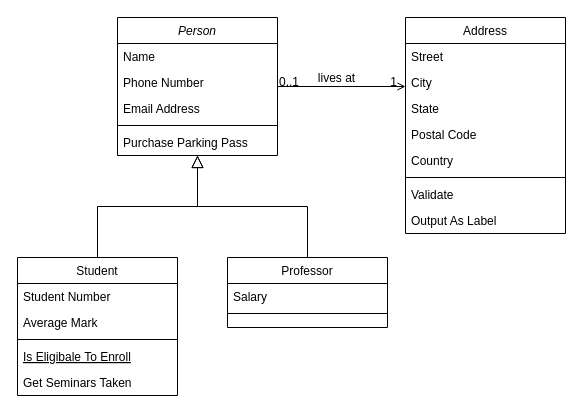
goyalayush57/bankingSystem keeps this draw.io diagram as table/Untitled Diagram.drawio. Above is the earlier version. Source tidied: cells renumbered, new cells numbered last; positions are measured from the earlier drawing's top-left corner, leaving out a move shared by most shapes. Both pictures are drawn from the tidied source at 100%, with x=0, y=0 at pixel (17, 17).
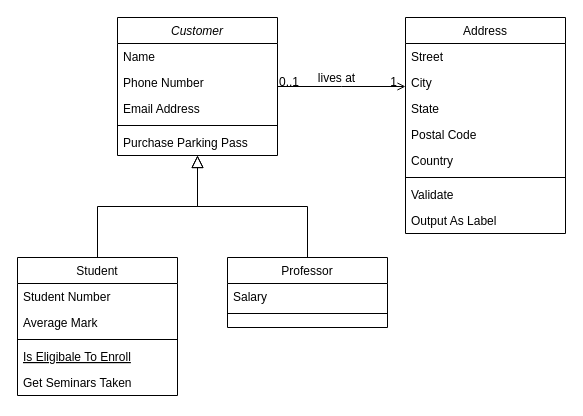
Above is the later version.

The edit, as a diff of the source:
```diff
@@
-    <mxCell id="2" value="Person" style="swimlane;fontStyle=2;align=center;verticalAlign=top;horizontal=1;startSize=26;rounded=0;shadow=0;strokeWidth=1;" parent="1" vertex="1">
+    <mxCell id="2" value="Customer" style="swimlane;fontStyle=2;align=center;verticalAlign=top;horizontal=1;startSize=26;rounded=0;shadow=0;strokeWidth=1;" parent="1" vertex="1">
       <mxGeometry x="100" width="160" height="138" as="geometry" />
     </mxCell>
```
